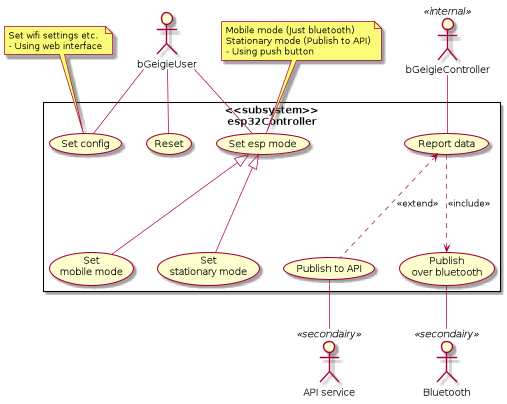
Before: designs/diagrams/usecase.png, a diagram exported from PlantUML (Safecast/bGeigieCast).
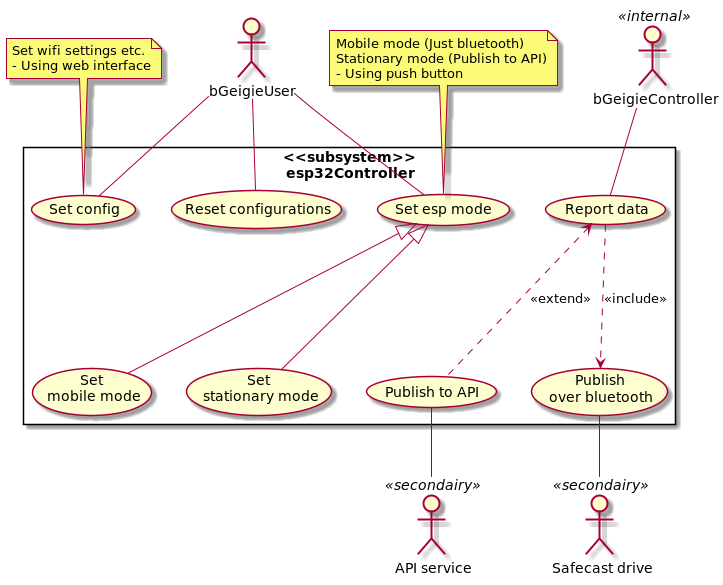
After the commit.

What changed in the source:
```diff
@@ -3,14 +3,14 @@
 
 :bGeigieUser: as user
 :API service: as API<<secondairy>>
-:Bluetooth: as BLU<<secondairy>>
+:Safecast drive: as BLU<<secondairy>>
 :bGeigieController: as BGN<<internal>>
 
 
 rectangle <<subsystem>>\nesp32Controller{
     (Set config)
     (Set esp mode)
-    (Reset)
+    (Reset configurations)
     (Set\n mobile mode)
     (Set\n stationary mode)
     (Publish to API)
@@ -28,7 +28,7 @@
 
     user -d- (Set esp mode)
     user -d- (Set config)
-    user -d- (Reset)
+    user -d- (Reset configurations)
     BGN -- (Report data)
 }
 
```
